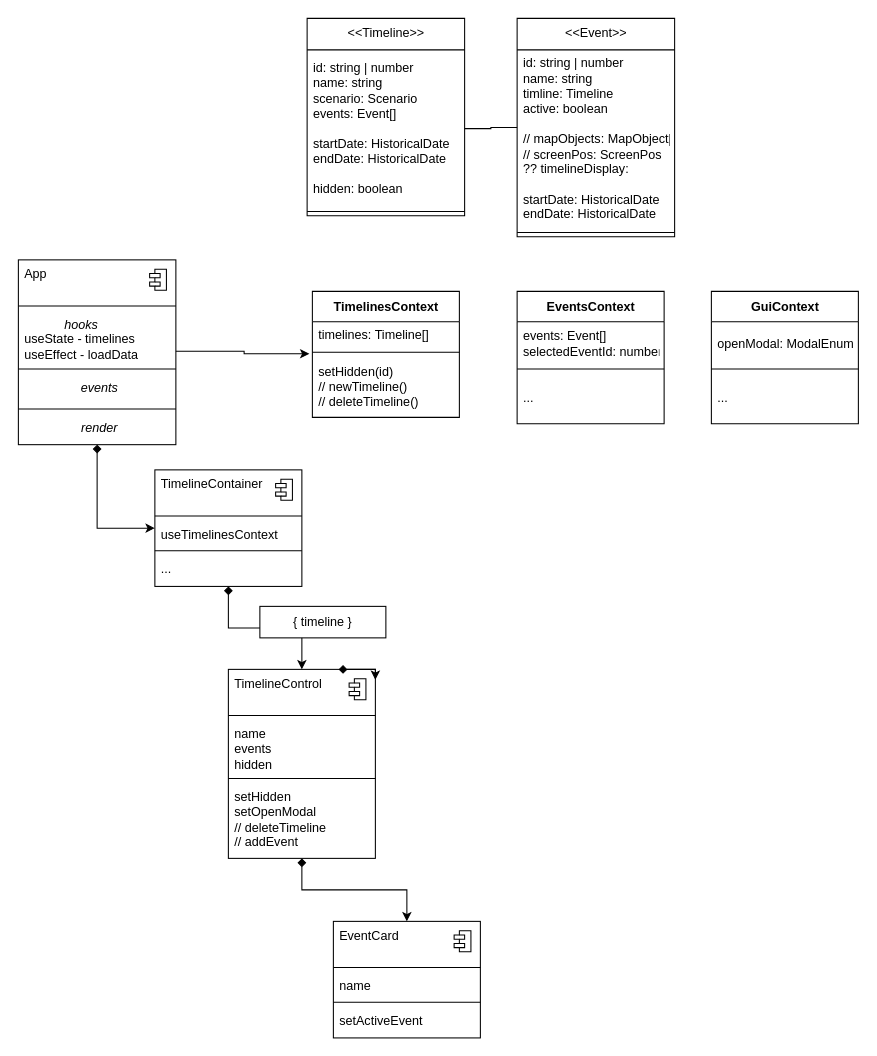
Before: src/docs/class-diagram.drawio in Matron/drawings, a draw.io diagram. Source tidied: cells renumbered, new cells numbered last; positions are measured from the earlier drawing's top-left corner, leaving out a move shared by most shapes. Both pictures are drawn from the tidied source at 105%, with x=0, y=0 at pixel (18, 18).
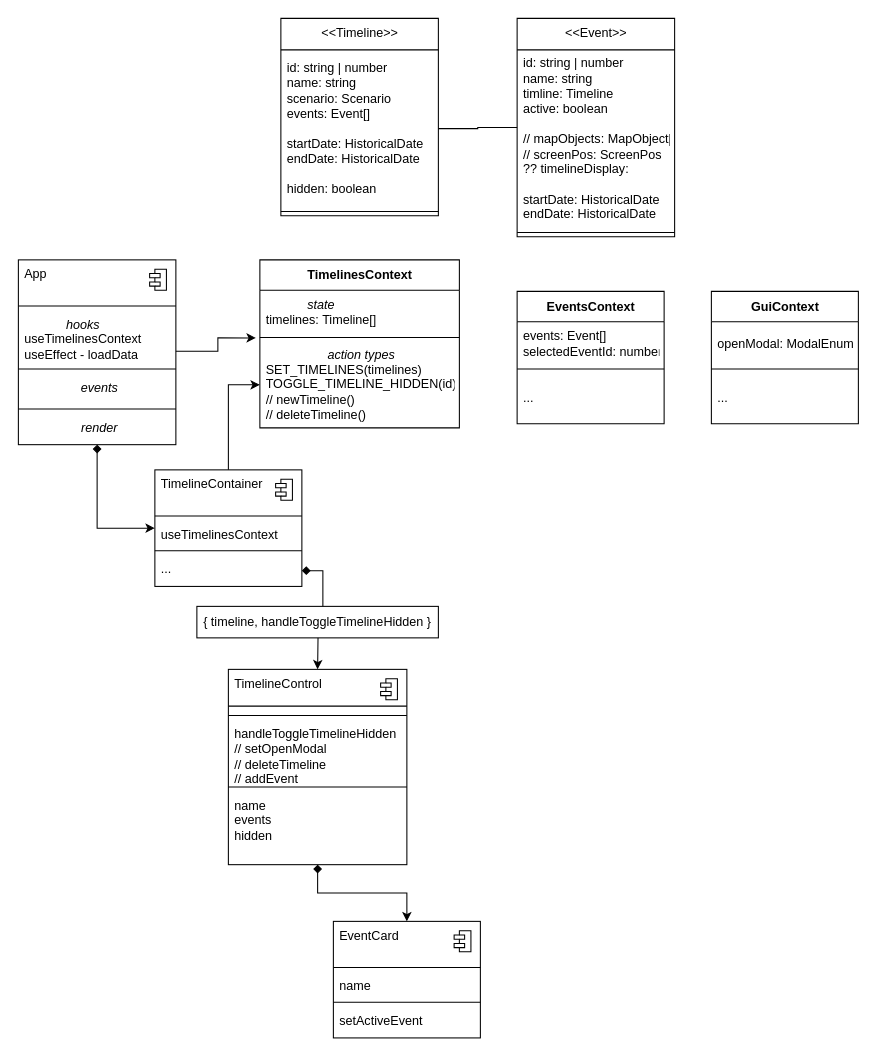
Above is the later version.

Unchanged cells that the change refers to:
```xml
<mxCell id="5" style="fontStyle=1;align=center;verticalAlign=top;horizontal=1;" parent="1" vertex="1">
  <mxGeometry y="230" width="150" height="176" as="geometry" />
</mxCell>
<mxCell id="19" value="TimelineContainer" style="html=1;align=left;spacingLeft=4;verticalAlign=top;strokeColor=none;fillColor=none;" parent="18" vertex="1">
  <mxGeometry width="140" height="40" as="geometry" />
</mxCell>
<mxCell id="24" value="..." style="html=1;align=left;spacingLeft=4;verticalAlign=top;strokeColor=none;fillColor=none;" parent="18" vertex="1">
  <mxGeometry y="81" width="140" height="30" as="geometry" />
</mxCell>
```

What changed in the source:
```diff
@@
+    <mxCell id="26" style="fontStyle=1;align=center;verticalAlign=top;horizontal=1;" parent="1" vertex="1">
+      <mxGeometry x="200" y="620" width="170" height="186" as="geometry" />
+    </mxCell>
+    <mxCell id="27" value="TimelineControl" style="html=1;align=left;spacingLeft=4;verticalAlign=top;strokeColor=none;fillColor=none;" parent="26" vertex="1">
+      <mxGeometry width="170" height="40" as="geometry" />
+    </mxCell>
+    <mxCell id="58" style="shape=module;jettyWidth=10;jettyHeight=4;" parent="27" vertex="1">
+      <mxGeometry x="1" width="16" height="20" relative="1" as="geometry">
+        <mxPoint x="-25" y="9" as="offset" />
+      </mxGeometry>
+    </mxCell>
+    <mxCell id="29" style="line;strokeWidth=1;fillColor=none;align=left;verticalAlign=middle;spacingTop=-1;spacingLeft=3;spacingRight=3;labelPosition=right;" parent="26" vertex="1">
+      <mxGeometry y="40" width="170" height="8" as="geometry" />
+    </mxCell>
+    <mxCell id="30" value="handleToggleTimelineHidden&lt;br&gt;// setOpenModal&lt;br&gt;// deleteTimeline&lt;br&gt;// addEvent" style="html=1;align=left;spacingLeft=4;verticalAlign=top;strokeColor=none;fillColor=none;" parent="26" vertex="1">
+      <mxGeometry y="48" width="170" height="60" as="geometry" />
+    </mxCell>
+    <mxCell id="31" style="line;strokeWidth=1;fillColor=none;align=left;verticalAlign=middle;spacingTop=-1;spacingLeft=3;spacingRight=3;labelPosition=right;" parent="26" vertex="1">
+      <mxGeometry y="108" width="170" height="8" as="geometry" />
+    </mxCell>
+    <mxCell id="32" value="name&lt;br&gt;events&lt;br&gt;hidden" style="html=1;align=left;spacingLeft=4;verticalAlign=top;strokeColor=none;fillColor=none;" parent="26" vertex="1">
+      <mxGeometry y="116" width="170" height="70" as="geometry" />
+    </mxCell>
@@
-    <mxCell id="9" value="&lt;div style=&quot;text-align: center&quot;&gt;&lt;i&gt;hooks&lt;/i&gt;&lt;/div&gt;useState - timelines&lt;br&gt;useEffect - loadData" style="html=1;align=left;spacingLeft=4;verticalAlign=top;strokeColor=none;fillColor=none;" parent="5" vertex="1">
+    <mxCell id="9" value="&lt;div style=&quot;text-align: center&quot;&gt;&lt;i&gt;hooks&lt;/i&gt;&lt;/div&gt;useTimelinesContext&lt;br&gt;useEffect - loadData" style="html=1;align=left;spacingLeft=4;verticalAlign=top;strokeColor=none;fillColor=none;" parent="5" vertex="1">
       <mxGeometry y="48" width="150" height="52" as="geometry" />
     </mxCell>
@@
     <mxCell id="14" value="TimelinesContext" style="swimlane;fontStyle=1;align=center;verticalAlign=middle;horizontal=1;startSize=29;html=1;" parent="1" vertex="1">
-      <mxGeometry x="280" y="260" width="140" height="120" as="geometry" />
+      <mxGeometry x="230" y="230" width="190" height="160" as="geometry" />
     </mxCell>
-    <mxCell id="15" value="timelines: Timeline[]" style="text;html=1;strokeColor=none;fillColor=none;align=left;verticalAlign=middle;spacingLeft=4;spacingRight=4;overflow=hidden;" parent="14" vertex="1">
-      <mxGeometry y="29" width="140" height="25" as="geometry" />
+    <mxCell id="15" value="&lt;div style=&quot;text-align: center&quot;&gt;&lt;i&gt;state&lt;/i&gt;&lt;/div&gt;timelines: Timeline[]" style="text;html=1;strokeColor=none;fillColor=none;align=left;verticalAlign=middle;spacingLeft=4;spacingRight=4;overflow=hidden;" parent="14" vertex="1">
+      <mxGeometry y="29" width="190" height="41" as="geometry" />
     </mxCell>
     <mxCell id="16" style="line;strokeWidth=1;fillColor=none;align=left;verticalAlign=middle;spacingTop=-1;spacingLeft=3;spacingRight=3;labelPosition=right;" parent="14" vertex="1">
-      <mxGeometry y="54" width="140" height="8" as="geometry" />
+      <mxGeometry y="70" width="190" height="8" as="geometry" />
     </mxCell>
-    <mxCell id="17" value="setHidden(id)&lt;br&gt;// newTimeline()&lt;br&gt;// deleteTimeline()" style="text;html=1;strokeColor=none;fillColor=none;align=left;verticalAlign=middle;spacingLeft=4;spacingRight=4;overflow=hidden;points=[[0,0.5],[1,0.5]];portConstraint=eastwest;" parent="14" vertex="1">
-      <mxGeometry y="62" width="140" height="58" as="geometry" />
+    <mxCell id="17" value="&lt;div style=&quot;text-align: center&quot;&gt;&lt;i&gt;action types&lt;/i&gt;&lt;/div&gt;SET_TIMELINES(timelines)&lt;br&gt;TOGGLE_TIMELINE_HIDDEN(id)&lt;br&gt;// newTimeline()&lt;br&gt;// deleteTimeline()" style="text;html=1;strokeColor=none;fillColor=none;align=left;verticalAlign=middle;spacingLeft=4;spacingRight=4;overflow=hidden;points=[[0,0.5],[1,0.5]];portConstraint=eastwest;" parent="14" vertex="1">
+      <mxGeometry y="78" width="190" height="82" as="geometry" />
     </mxCell>
@@
-    <mxCell id="26" style="fontStyle=1;align=center;verticalAlign=top;horizontal=1;" parent="1" vertex="1">
-      <mxGeometry x="200" y="620" width="140" height="180" as="geometry" />
-    </mxCell>
-    <mxCell id="27" value="TimelineControl" style="html=1;align=left;spacingLeft=4;verticalAlign=top;strokeColor=none;fillColor=none;" parent="26" vertex="1">
-      <mxGeometry width="140" height="40" as="geometry" />
-    </mxCell>
-    <mxCell id="28" style="shape=module;jettyWidth=10;jettyHeight=4;" parent="27" vertex="1">
-      <mxGeometry x="1" width="16" height="20" relative="1" as="geometry">
-        <mxPoint x="-25" y="9" as="offset" />
-      </mxGeometry>
-    </mxCell>
-    <mxCell id="29" style="line;strokeWidth=1;fillColor=none;align=left;verticalAlign=middle;spacingTop=-1;spacingLeft=3;spacingRight=3;labelPosition=right;" parent="26" vertex="1">
-      <mxGeometry y="40" width="140" height="8" as="geometry" />
-    </mxCell>
-    <mxCell id="30" value="name&lt;br&gt;events&lt;br&gt;hidden" style="html=1;align=left;spacingLeft=4;verticalAlign=top;strokeColor=none;fillColor=none;" parent="26" vertex="1">
-      <mxGeometry y="48" width="140" height="52" as="geometry" />
-    </mxCell>
-    <mxCell id="31" style="line;strokeWidth=1;fillColor=none;align=left;verticalAlign=middle;spacingTop=-1;spacingLeft=3;spacingRight=3;labelPosition=right;" parent="26" vertex="1">
-      <mxGeometry y="100" width="140" height="8" as="geometry" />
-    </mxCell>
-    <mxCell id="32" value="setHidden&lt;br&gt;setOpenModal&lt;br&gt;// deleteTimeline&lt;br&gt;// addEvent" style="html=1;align=left;spacingLeft=4;verticalAlign=top;strokeColor=none;fillColor=none;" parent="26" vertex="1">
-      <mxGeometry y="108" width="140" height="72" as="geometry" />
-    </mxCell>
-    <mxCell id="33" style="edgeStyle=orthogonalEdgeStyle;rounded=0;orthogonalLoop=1;jettySize=auto;html=1;exitX=0.75;exitY=0;exitDx=0;exitDy=0;entryX=1;entryY=0.25;entryDx=0;entryDy=0;startArrow=diamond;startFill=1;endArrow=classic;endFill=1;" parent="26" edge="1" source="27" target="27">
-      <mxGeometry relative="1" as="geometry" />
-    </mxCell>
-    <mxCell id="34" style="edgeStyle=orthogonalEdgeStyle;rounded=0;jettySize=auto;html=1;startArrow=diamond;startFill=1;" parent="1" edge="1" source="24" target="27">
-      <mxGeometry relative="1" as="geometry" />
+    <mxCell id="34" style="edgeStyle=orthogonalEdgeStyle;rounded=0;jettySize=auto;html=1;startArrow=diamond;startFill=1;" parent="1" edge="1" source="24">
+      <mxGeometry relative="1" as="geometry">
+        <mxPoint x="285" y="620" as="targetPoint" />
+      </mxGeometry>
     </mxCell>
     <mxCell id="35" value="&amp;lt;&amp;lt;Timeline&amp;gt;&amp;gt;" style="swimlane;fontStyle=0;align=center;verticalAlign=top;horizontal=1;startSize=30;html=1;" parent="1" vertex="1">
-      <mxGeometry x="275" width="150" height="188" as="geometry" />
+      <mxGeometry x="250" width="150" height="188" as="geometry" />
     </mxCell>
@@
     <mxCell id="51" style="align=right;verticalAlign=top;spacingRight=2;" parent="1" vertex="1">
-      <mxGeometry x="230" y="560" width="120" height="30" as="geometry" />
+      <mxGeometry x="170" y="560" width="230" height="30" as="geometry" />
     </mxCell>
-    <mxCell id="52" value="{ timeline }" style="text;html=1;strokeColor=none;fillColor=none;align=center;verticalAlign=middle;spacingLeft=4;spacingRight=4;overflow=hidden;" parent="51" vertex="1">
-      <mxGeometry y="1" width="120" height="30" relative="1" as="geometry">
+    <mxCell id="52" value="{ timeline,&amp;nbsp;&lt;span style=&quot;text-align: left&quot;&gt;handleToggleTimelineHidden&amp;nbsp;&lt;/span&gt;}" style="text;html=1;strokeColor=none;fillColor=none;align=center;verticalAlign=middle;spacingLeft=4;spacingRight=4;overflow=hidden;" parent="51" vertex="1">
+      <mxGeometry y="1" width="230" height="29" relative="1" as="geometry">
         <mxPoint y="-30" as="offset" />
       </mxGeometry>
     </mxCell>
@@
+    <mxCell id="59" style="line;strokeWidth=1;fillColor=none;align=left;verticalAlign=middle;spacingTop=-1;spacingLeft=3;spacingRight=3;labelPosition=right;" parent="1" vertex="1">
+      <mxGeometry x="200" y="650" width="170" height="10" as="geometry" />
+    </mxCell>
+    <mxCell id="60" style="edgeStyle=orthogonalEdgeStyle;rounded=0;jettySize=auto;html=1;entryX=0;entryY=0.5;entryDx=0;entryDy=0;exitX=0.5;exitY=0;exitDx=0;exitDy=0;" parent="1" edge="1" source="19" target="17">
+      <mxGeometry relative="1" as="geometry" />
+    </mxCell>
```
